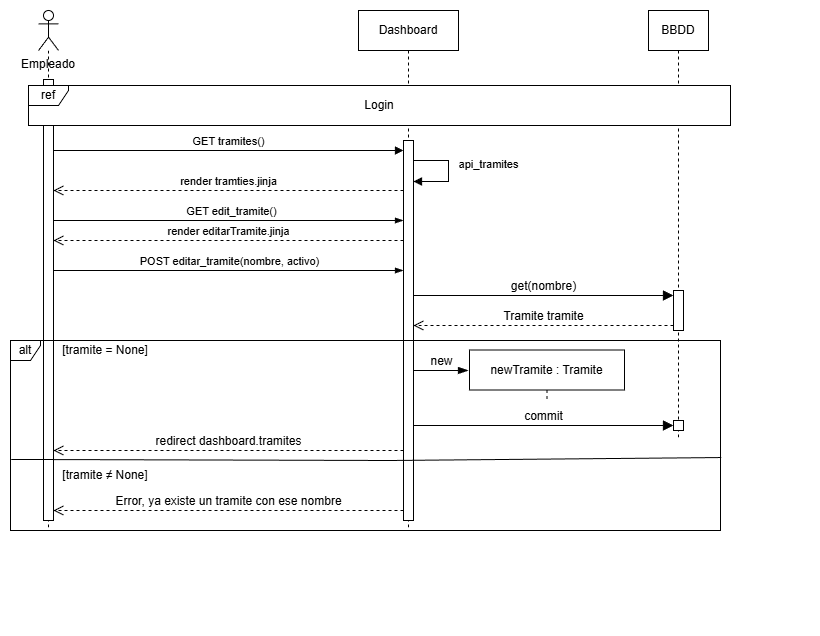
Above: documents/img/diagramas/secuencia_crear_tramite.png in humaral/tfg (draw.io), before the change. Source tidied: cells renumbered, new cells last; positions are measured from the earlier drawing's top-left corner, leaving out a move shared by most shapes. Its diagram source:
```xml
<mxGraphModel>
  <root>
    <mxCell id="0" />
    <mxCell id="1" parent="0" />
    <mxCell id="2" style="shape=umlLifeline;perimeter=lifelinePerimeter;whiteSpace=wrap;html=1;newEdgeStyle={&quot;curved&quot;:0,&quot;rounded&quot;:0};participant=umlActor;" parent="1" vertex="1">
      <mxGeometry x="28" width="20" height="520" as="geometry" />
    </mxCell>
    <mxCell id="3" style="html=1;points=[[0,0,0,0,5],[0,1,0,0,-5],[1,0,0,0,5],[1,1,0,0,-5]];perimeter=orthogonalPerimeter;outlineConnect=0;targetShapes=umlLifeline;portConstraint=eastwest;newEdgeStyle={&quot;curved&quot;:0,&quot;rounded&quot;:0};" parent="2" vertex="1">
      <mxGeometry x="5" y="69" width="10" height="441" as="geometry" />
    </mxCell>
    <mxCell id="4" value="Dashboard" style="shape=umlLifeline;perimeter=lifelinePerimeter;whiteSpace=wrap;html=1;newEdgeStyle={&quot;edgeStyle&quot;:&quot;elbowEdgeStyle&quot;,&quot;elbow&quot;:&quot;vertical&quot;,&quot;curved&quot;:0,&quot;rounded&quot;:0};" parent="1" vertex="1">
      <mxGeometry x="348" width="100" height="520" as="geometry" />
    </mxCell>
    <mxCell id="5" style="html=1;points=[[0,0,0,0,5],[0,1,0,0,-5],[1,0,0,0,5],[1,1,0,0,-5]];perimeter=orthogonalPerimeter;outlineConnect=0;targetShapes=umlLifeline;portConstraint=eastwest;newEdgeStyle={&quot;curved&quot;:0,&quot;rounded&quot;:0};" parent="4" vertex="1">
      <mxGeometry x="45" y="130" width="10" height="380" as="geometry" />
    </mxCell>
    <mxCell id="6" value="api_tramites" style="html=1;verticalAlign=bottom;endArrow=block;curved=0;rounded=0;" parent="4" edge="1" source="5">
      <mxGeometry x="0.05" y="40" relative="1" as="geometry">
        <mxPoint x="55" y="171" as="targetPoint" />
        <Array as="points">
          <mxPoint x="70" y="150" />
          <mxPoint x="90" y="150" />
          <mxPoint x="90" y="171" />
        </Array>
      </mxGeometry>
    </mxCell>
    <mxCell id="7" value="Empleado" style="text;html=1;whiteSpace=wrap;strokeColor=none;fillColor=none;align=center;verticalAlign=middle;rounded=0;" parent="1" vertex="1">
      <mxGeometry x="8" y="39" width="60" height="30" as="geometry" />
    </mxCell>
    <mxCell id="8" value="GET tramites()" style="html=1;verticalAlign=bottom;endArrow=block;curved=0;rounded=0;" parent="1" edge="1" target="5">
      <mxGeometry relative="1" as="geometry">
        <mxPoint x="43" y="140" as="sourcePoint" />
      </mxGeometry>
    </mxCell>
    <mxCell id="9" value="BBDD" style="shape=umlLifeline;perimeter=lifelinePerimeter;whiteSpace=wrap;html=1;newEdgeStyle={&quot;curved&quot;:0,&quot;rounded&quot;:0};" parent="1" vertex="1">
      <mxGeometry x="638" width="60" height="430" as="geometry" />
    </mxCell>
    <mxCell id="10" style="html=1;points=[[0,0,0,0,5],[0,1,0,0,-5],[1,0,0,0,5],[1,1,0,0,-5]];perimeter=orthogonalPerimeter;outlineConnect=0;targetShapes=umlLifeline;portConstraint=eastwest;newEdgeStyle={&quot;curved&quot;:0,&quot;rounded&quot;:0};" parent="9" vertex="1">
      <mxGeometry x="25" y="280" width="10" height="40" as="geometry" />
    </mxCell>
    <mxCell id="11" style="html=1;points=[[0,0,0,0,5],[0,1,0,0,-5],[1,0,0,0,5],[1,1,0,0,-5]];perimeter=orthogonalPerimeter;outlineConnect=0;targetShapes=umlLifeline;portConstraint=eastwest;newEdgeStyle={&quot;curved&quot;:0,&quot;rounded&quot;:0};" parent="9" vertex="1">
      <mxGeometry x="25" y="410" width="10" height="10" as="geometry" />
    </mxCell>
    <mxCell id="12" value="ref" style="shape=umlFrame;whiteSpace=wrap;html=1;gradientColor=none;strokeColor=default;swimlaneFillColor=default;width=40;height=20;" parent="1" vertex="1">
      <mxGeometry x="18" y="75" width="702" height="40" as="geometry" />
    </mxCell>
    <mxCell id="13" value="Login" style="text;html=1;whiteSpace=wrap;strokeColor=none;fillColor=none;align=center;verticalAlign=middle;rounded=0;" parent="1" vertex="1">
      <mxGeometry x="339" y="80" width="60" height="30" as="geometry" />
    </mxCell>
    <mxCell id="14" style="edgeStyle=elbowEdgeStyle;fontSize=12;html=1;endArrow=blockThin;endFill=1;rounded=0;" parent="1" edge="1" source="3" target="5">
      <mxGeometry relative="1" as="geometry">
        <Array as="points">
          <mxPoint x="208" y="210" />
        </Array>
      </mxGeometry>
    </mxCell>
    <mxCell id="15" value="GET edit_tramite()" style="edgeLabel;html=1;align=center;verticalAlign=middle;" parent="14" vertex="1">
      <mxGeometry x="0.36" y="-1" relative="1" as="geometry">
        <mxPoint x="-62" y="-11" as="offset" />
      </mxGeometry>
    </mxCell>
    <mxCell id="16" value="render tramties.jinja" style="html=1;verticalAlign=bottom;endArrow=open;dashed=1;endSize=8;curved=0;rounded=0;" parent="1" edge="1" source="5" target="3">
      <mxGeometry relative="1" as="geometry">
        <Array as="points">
          <mxPoint x="198" y="180" />
        </Array>
      </mxGeometry>
    </mxCell>
    <mxCell id="17" value="render editarTramite.jinja" style="html=1;verticalAlign=bottom;endArrow=open;dashed=1;endSize=8;curved=0;rounded=0;" parent="1" edge="1" source="5" target="3">
      <mxGeometry relative="1" as="geometry">
        <Array as="points">
          <mxPoint x="193" y="230" />
        </Array>
      </mxGeometry>
    </mxCell>
    <mxCell id="18" style="edgeStyle=elbowEdgeStyle;fontSize=12;html=1;endArrow=blockThin;endFill=1;rounded=0;" parent="1" edge="1" source="3" target="5">
      <mxGeometry relative="1" as="geometry">
        <Array as="points">
          <mxPoint x="208" y="260" />
        </Array>
      </mxGeometry>
    </mxCell>
    <mxCell id="19" value="POST editar_tramite(nombre, activo)" style="edgeLabel;html=1;align=center;verticalAlign=middle;" parent="18" vertex="1">
      <mxGeometry x="-0.19" y="-2" relative="1" as="geometry">
        <mxPoint x="34" y="-12" as="offset" />
      </mxGeometry>
    </mxCell>
    <mxCell id="20" value="get(nombre)" style="html=1;verticalAlign=bottom;endArrow=block;curved=0;rounded=0;entryX=0;entryY=0;entryDx=0;entryDy=5;fontSize=12;startSize=8;endSize=8;" parent="1" edge="1" source="5" target="10">
      <mxGeometry relative="1" as="geometry" />
    </mxCell>
    <mxCell id="21" value="Tramite tramite" style="html=1;verticalAlign=bottom;endArrow=open;dashed=1;endSize=8;curved=0;rounded=0;exitX=0;exitY=1;exitDx=0;exitDy=-5;fontSize=12;" parent="1" edge="1" source="10" target="5">
      <mxGeometry relative="1" as="geometry" />
    </mxCell>
    <mxCell id="22" style="edgeStyle=none;rounded=0;orthogonalLoop=1;jettySize=auto;html=1;curved=0;exitX=0;exitY=0;exitDx=0;exitDy=5;exitPerimeter=0;" parent="1" edge="1">
      <mxGeometry relative="1" as="geometry">
        <mxPoint x="791" y="607" as="sourcePoint" />
        <mxPoint x="791" y="607" as="targetPoint" />
      </mxGeometry>
    </mxCell>
    <mxCell id="23" value="alt" style="shape=umlFrame;whiteSpace=wrap;html=1;width=30;height=20;" parent="1" vertex="1">
      <mxGeometry y="330" width="710" height="190" as="geometry" />
    </mxCell>
    <mxCell id="24" value="[tramite ≠ None]" style="text;strokeColor=none;fillColor=none;align=center;verticalAlign=middle;whiteSpace=wrap;" parent="1" vertex="1">
      <mxGeometry x="40" y="455" width="110" height="20" as="geometry" />
    </mxCell>
    <mxCell id="25" value="Error, ya existe un tramite con ese nombre" style="html=1;verticalAlign=bottom;endArrow=open;dashed=1;endSize=8;curved=0;rounded=0;fontSize=12;" parent="1" edge="1" source="5" target="3">
      <mxGeometry relative="1" as="geometry">
        <Array as="points">
          <mxPoint x="230" y="500" />
        </Array>
      </mxGeometry>
    </mxCell>
    <mxCell id="26" value="[tramite = None]" style="text;strokeColor=none;fillColor=none;align=center;verticalAlign=middle;whiteSpace=wrap;" parent="1" vertex="1">
      <mxGeometry x="40" y="330" width="110" height="20" as="geometry" />
    </mxCell>
    <mxCell id="27" value="newTramite : Tramite" style="shape=umlLifeline;perimeter=lifelinePerimeter;whiteSpace=wrap;html=1;newEdgeStyle={&quot;curved&quot;:0,&quot;rounded&quot;:0};" parent="1" vertex="1">
      <mxGeometry x="459" y="339.5" width="155" height="50.5" as="geometry" />
    </mxCell>
    <mxCell id="28" style="edgeStyle=elbowEdgeStyle;fontSize=12;html=1;endArrow=blockThin;endFill=1;rounded=0;startSize=8;endSize=8;curved=1;elbow=horizontal;" parent="1" edge="1" source="5">
      <mxGeometry relative="1" as="geometry">
        <mxPoint x="458" y="360" as="targetPoint" />
        <Array as="points">
          <mxPoint x="438" y="360" />
        </Array>
      </mxGeometry>
    </mxCell>
    <mxCell id="29" value="new" style="edgeLabel;html=1;align=center;verticalAlign=middle;fontSize=12;" parent="28" vertex="1">
      <mxGeometry x="0.29" y="2" relative="1" as="geometry">
        <mxPoint x="-8" y="-8" as="offset" />
      </mxGeometry>
    </mxCell>
    <mxCell id="30" value="commit" style="html=1;verticalAlign=bottom;endArrow=block;curved=0;rounded=0;entryX=0;entryY=0;entryDx=0;entryDy=5;fontSize=12;startSize=8;endSize=8;" parent="1" edge="1" source="5" target="11">
      <mxGeometry relative="1" as="geometry" />
    </mxCell>
    <mxCell id="31" style="edgeStyle=elbowEdgeStyle;fontSize=12;html=1;endArrow=none;endFill=0;rounded=0;exitX=0.001;exitY=0.626;exitDx=0;exitDy=0;exitPerimeter=0;entryX=1.001;entryY=0.616;entryDx=0;entryDy=0;entryPerimeter=0;" parent="1" edge="1" source="23" target="23">
      <mxGeometry relative="1" as="geometry">
        <Array as="points">
          <mxPoint x="380" y="450" />
        </Array>
      </mxGeometry>
    </mxCell>
    <mxCell id="32" value="redirect dashboard.tramites" style="html=1;verticalAlign=bottom;endArrow=open;dashed=1;endSize=8;curved=0;rounded=0;fontSize=12;" parent="1" edge="1" source="5" target="3">
      <mxGeometry relative="1" as="geometry">
        <Array as="points">
          <mxPoint x="240" y="440" />
        </Array>
      </mxGeometry>
    </mxCell>
  </root>
</mxGraphModel>
```
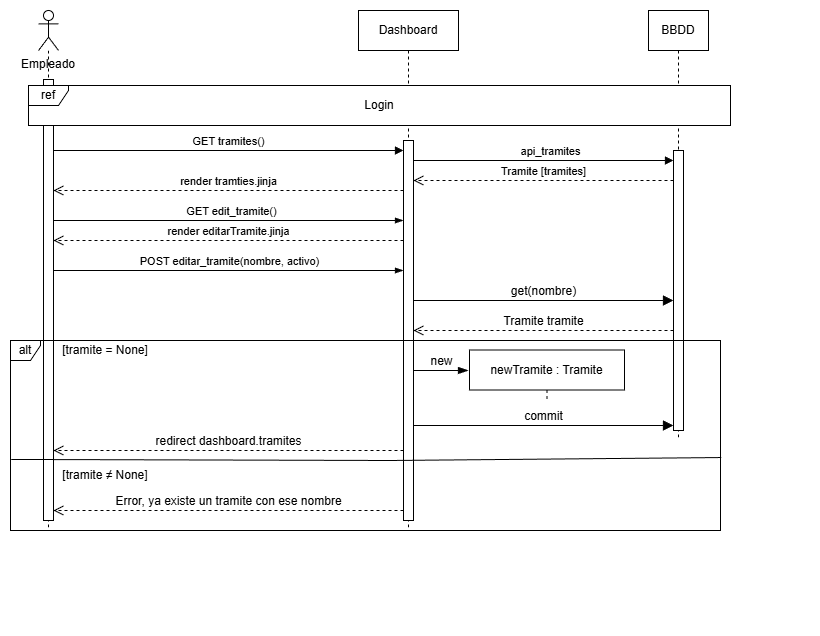
After the change.

The edit, as a diff of the source:
```diff
@@ -14,16 +14,6 @@
     <mxCell id="5" style="html=1;points=[[0,0,0,0,5],[0,1,0,0,-5],[1,0,0,0,5],[1,1,0,0,-5]];perimeter=orthogonalPerimeter;outlineConnect=0;targetShapes=umlLifeline;portConstraint=eastwest;newEdgeStyle={&quot;curved&quot;:0,&quot;rounded&quot;:0};" parent="4" vertex="1">
       <mxGeometry x="45" y="130" width="10" height="380" as="geometry" />
     </mxCell>
-    <mxCell id="6" value="api_tramites" style="html=1;verticalAlign=bottom;endArrow=block;curved=0;rounded=0;" parent="4" edge="1" source="5">
-      <mxGeometry x="0.05" y="40" relative="1" as="geometry">
-        <mxPoint x="55" y="171" as="targetPoint" />
-        <Array as="points">
-          <mxPoint x="70" y="150" />
-          <mxPoint x="90" y="150" />
-          <mxPoint x="90" y="171" />
-        </Array>
-      </mxGeometry>
-    </mxCell>
     <mxCell id="7" value="Empleado" style="text;html=1;whiteSpace=wrap;strokeColor=none;fillColor=none;align=center;verticalAlign=middle;rounded=0;" parent="1" vertex="1">
       <mxGeometry x="8" y="39" width="60" height="30" as="geometry" />
     </mxCell>
@@ -36,11 +26,8 @@
       <mxGeometry x="638" width="60" height="430" as="geometry" />
     </mxCell>
     <mxCell id="10" style="html=1;points=[[0,0,0,0,5],[0,1,0,0,-5],[1,0,0,0,5],[1,1,0,0,-5]];perimeter=orthogonalPerimeter;outlineConnect=0;targetShapes=umlLifeline;portConstraint=eastwest;newEdgeStyle={&quot;curved&quot;:0,&quot;rounded&quot;:0};" parent="9" vertex="1">
-      <mxGeometry x="25" y="280" width="10" height="40" as="geometry" />
+      <mxGeometry x="25" y="140" width="10" height="280" as="geometry" />
     </mxCell>
-    <mxCell id="11" style="html=1;points=[[0,0,0,0,5],[0,1,0,0,-5],[1,0,0,0,5],[1,1,0,0,-5]];perimeter=orthogonalPerimeter;outlineConnect=0;targetShapes=umlLifeline;portConstraint=eastwest;newEdgeStyle={&quot;curved&quot;:0,&quot;rounded&quot;:0};" parent="9" vertex="1">
-      <mxGeometry x="25" y="410" width="10" height="10" as="geometry" />
-    </mxCell>
     <mxCell id="12" value="ref" style="shape=umlFrame;whiteSpace=wrap;html=1;gradientColor=none;strokeColor=default;swimlaneFillColor=default;width=40;height=20;" parent="1" vertex="1">
       <mxGeometry x="18" y="75" width="702" height="40" as="geometry" />
     </mxCell>
@@ -85,11 +72,19 @@
         <mxPoint x="34" y="-12" as="offset" />
       </mxGeometry>
     </mxCell>
-    <mxCell id="20" value="get(nombre)" style="html=1;verticalAlign=bottom;endArrow=block;curved=0;rounded=0;entryX=0;entryY=0;entryDx=0;entryDy=5;fontSize=12;startSize=8;endSize=8;" parent="1" edge="1" source="5" target="10">
-      <mxGeometry relative="1" as="geometry" />
+    <mxCell id="20" value="get(nombre)" style="html=1;verticalAlign=bottom;endArrow=block;curved=0;rounded=0;fontSize=12;startSize=8;endSize=8;" parent="1" edge="1" source="5" target="10">
+      <mxGeometry relative="1" as="geometry">
+        <Array as="points">
+          <mxPoint x="540" y="290" />
+        </Array>
+      </mxGeometry>
     </mxCell>
-    <mxCell id="21" value="Tramite tramite" style="html=1;verticalAlign=bottom;endArrow=open;dashed=1;endSize=8;curved=0;rounded=0;exitX=0;exitY=1;exitDx=0;exitDy=-5;fontSize=12;" parent="1" edge="1" source="10" target="5">
-      <mxGeometry relative="1" as="geometry" />
+    <mxCell id="21" value="Tramite tramite" style="html=1;verticalAlign=bottom;endArrow=open;dashed=1;endSize=8;curved=0;rounded=0;fontSize=12;" parent="1" edge="1" source="10" target="5">
+      <mxGeometry relative="1" as="geometry">
+        <Array as="points">
+          <mxPoint x="540" y="320" />
+        </Array>
+      </mxGeometry>
     </mxCell>
     <mxCell id="22" style="edgeStyle=none;rounded=0;orthogonalLoop=1;jettySize=auto;html=1;curved=0;exitX=0;exitY=0;exitDx=0;exitDy=5;exitPerimeter=0;" parent="1" edge="1">
       <mxGeometry relative="1" as="geometry">
@@ -129,8 +124,10 @@
         <mxPoint x="-8" y="-8" as="offset" />
       </mxGeometry>
     </mxCell>
-    <mxCell id="30" value="commit" style="html=1;verticalAlign=bottom;endArrow=block;curved=0;rounded=0;entryX=0;entryY=0;entryDx=0;entryDy=5;fontSize=12;startSize=8;endSize=8;" parent="1" edge="1" source="5" target="11">
-      <mxGeometry relative="1" as="geometry" />
+    <mxCell id="30" value="commit" style="html=1;verticalAlign=bottom;endArrow=block;curved=0;rounded=0;entryX=0;entryY=0;entryDx=0;entryDy=5;fontSize=12;startSize=8;endSize=8;" parent="1" edge="1" source="5">
+      <mxGeometry relative="1" as="geometry">
+        <mxPoint x="663" y="415" as="targetPoint" />
+      </mxGeometry>
     </mxCell>
     <mxCell id="31" style="edgeStyle=elbowEdgeStyle;fontSize=12;html=1;endArrow=none;endFill=0;rounded=0;exitX=0.001;exitY=0.626;exitDx=0;exitDy=0;exitPerimeter=0;entryX=1.001;entryY=0.616;entryDx=0;entryDy=0;entryPerimeter=0;" parent="1" edge="1" source="23" target="23">
       <mxGeometry relative="1" as="geometry">
@@ -146,5 +143,20 @@
         </Array>
       </mxGeometry>
     </mxCell>
+    <mxCell id="6" value="api_tramites" style="html=1;verticalAlign=bottom;endArrow=block;curved=0;rounded=0;" parent="1" edge="1" source="5" target="10">
+      <mxGeometry x="0.05" relative="1" as="geometry">
+        <Array as="points">
+          <mxPoint x="418" y="150" />
+          <mxPoint x="438" y="150" />
+        </Array>
+      </mxGeometry>
+    </mxCell>
+    <mxCell id="33" value="Tramite [tramites]" style="html=1;verticalAlign=bottom;endArrow=open;dashed=1;endSize=8;curved=0;rounded=0;" parent="1" edge="1" source="10" target="5">
+      <mxGeometry relative="1" as="geometry">
+        <Array as="points">
+          <mxPoint x="530" y="170" />
+        </Array>
+      </mxGeometry>
+    </mxCell>
   </root>
 </mxGraphModel>
```
